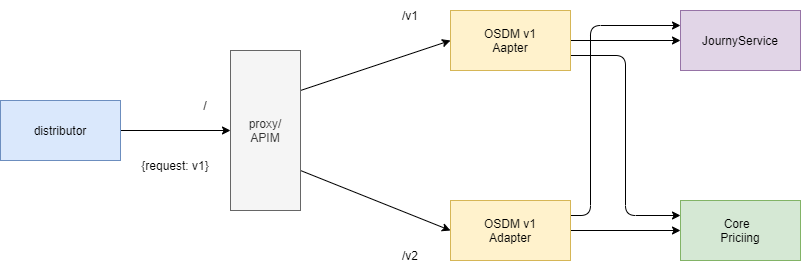
Before: images/deployment/deployment-best-practice.png, a diagram exported from draw.io (UnionInternationalCheminsdeFer/OSDM). Source tidied: cells renumbered, new cells last; positions are measured from the earlier drawing's top-left corner, leaving out a move shared by most shapes. The source it was exported from:
```xml
<mxGraphModel>
  <root>
    <mxCell id="0" />
    <mxCell id="1" parent="0" />
    <mxCell id="2" style="rounded=0;jettySize=auto;html=1;entryX=0;entryY=0.5;entryDx=0;entryDy=0;exitX=1;exitY=0.75;exitDx=0;exitDy=0;" parent="1" edge="1" source="4" target="7">
      <mxGeometry relative="1" as="geometry" />
    </mxCell>
    <mxCell id="3" style="rounded=0;jettySize=auto;html=1;entryX=0;entryY=0.5;entryDx=0;entryDy=0;exitX=1;exitY=0.25;exitDx=0;exitDy=0;" parent="1" edge="1" source="4" target="10">
      <mxGeometry relative="1" as="geometry" />
    </mxCell>
    <mxCell id="4" value="proxy/&lt;br&gt;APIM" style="rounded=0;whiteSpace=wrap;html=1;fillColor=#f5f5f5;fontColor=#333333;strokeColor=#666666;" parent="1" vertex="1">
      <mxGeometry x="230" y="50" width="70" height="160" as="geometry" />
    </mxCell>
    <mxCell id="5" style="edgeStyle=orthogonalEdgeStyle;rounded=1;jettySize=auto;html=1;entryX=0;entryY=0.5;entryDx=0;entryDy=0;" parent="1" edge="1" source="7" target="15">
      <mxGeometry relative="1" as="geometry" />
    </mxCell>
    <mxCell id="6" style="edgeStyle=orthogonalEdgeStyle;jettySize=auto;html=1;entryX=0;entryY=0.25;entryDx=0;entryDy=0;exitX=1;exitY=0.25;exitDx=0;exitDy=0;rounded=1;" parent="1" edge="1" source="7" target="18">
      <mxGeometry relative="1" as="geometry">
        <Array as="points">
          <mxPoint x="590" y="215" />
          <mxPoint x="590" y="25" />
        </Array>
      </mxGeometry>
    </mxCell>
    <mxCell id="7" value="OSDM v1&lt;br&gt;Adapter" style="rounded=0;whiteSpace=wrap;html=1;fillColor=#fff2cc;strokeColor=#d6b656;" parent="1" vertex="1">
      <mxGeometry x="450" y="200" width="120" height="60" as="geometry" />
    </mxCell>
    <mxCell id="8" style="edgeStyle=orthogonalEdgeStyle;jettySize=auto;html=1;entryX=0;entryY=0.25;entryDx=0;entryDy=0;exitX=1;exitY=0.75;exitDx=0;exitDy=0;" parent="1" edge="1" source="10" target="15">
      <mxGeometry relative="1" as="geometry" />
    </mxCell>
    <mxCell id="9" style="edgeStyle=none;rounded=0;jettySize=auto;html=1;" parent="1" edge="1" source="10" target="18">
      <mxGeometry relative="1" as="geometry" />
    </mxCell>
    <mxCell id="10" value="OSDM v1&lt;br&gt;Aapter" style="rounded=0;whiteSpace=wrap;html=1;fillColor=#fff2cc;strokeColor=#d6b656;" parent="1" vertex="1">
      <mxGeometry x="450" y="10" width="120" height="60" as="geometry" />
    </mxCell>
    <mxCell id="11" value="/v2" style="text;html=1;strokeColor=none;fillColor=none;align=center;verticalAlign=middle;whiteSpace=wrap;rounded=0;" parent="1" vertex="1">
      <mxGeometry x="380" y="240" width="60" height="30" as="geometry" />
    </mxCell>
    <mxCell id="12" value="/v1" style="text;html=1;strokeColor=none;fillColor=none;align=center;verticalAlign=middle;whiteSpace=wrap;rounded=0;" parent="1" vertex="1">
      <mxGeometry x="380" width="60" height="30" as="geometry" />
    </mxCell>
    <mxCell id="13" style="endArrow=classic;html=1;rounded=0;entryX=0;entryY=0.5;entryDx=0;entryDy=0;" parent="1" edge="1" target="4">
      <mxGeometry relative="1" as="geometry">
        <mxPoint x="120" y="130" as="sourcePoint" />
      </mxGeometry>
    </mxCell>
    <mxCell id="14" value="distributor" style="rounded=0;whiteSpace=wrap;html=1;fillColor=#dae8fc;strokeColor=#6c8ebf;" parent="1" vertex="1">
      <mxGeometry y="100" width="120" height="60" as="geometry" />
    </mxCell>
    <mxCell id="15" value="Core&amp;nbsp;&amp;nbsp;&lt;br&gt;Priciing" style="rounded=0;whiteSpace=wrap;html=1;fillColor=#d5e8d4;strokeColor=#82b366;" parent="1" vertex="1">
      <mxGeometry x="680" y="200" width="120" height="60" as="geometry" />
    </mxCell>
    <mxCell id="16" value="/" style="text;html=1;strokeColor=none;fillColor=none;align=center;verticalAlign=middle;whiteSpace=wrap;rounded=0;" parent="1" vertex="1">
      <mxGeometry x="190" y="90" width="30" height="30" as="geometry" />
    </mxCell>
    <mxCell id="17" value="{request: v1}" style="text;html=1;strokeColor=none;fillColor=none;align=center;verticalAlign=middle;whiteSpace=wrap;rounded=0;" parent="1" vertex="1">
      <mxGeometry x="130" y="150" width="90" height="30" as="geometry" />
    </mxCell>
    <mxCell id="18" value="JournyService" style="rounded=0;whiteSpace=wrap;html=1;fillColor=#e1d5e7;strokeColor=#9673a6;" parent="1" vertex="1">
      <mxGeometry x="680" y="10" width="120" height="60" as="geometry" />
    </mxCell>
  </root>
</mxGraphModel>
```
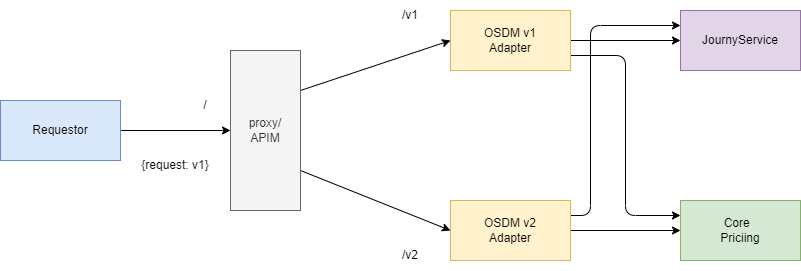
Later version of the same file.

Diff of the diagram source:
```diff
@@ -22,7 +22,7 @@
         </Array>
       </mxGeometry>
     </mxCell>
-    <mxCell id="7" value="OSDM v1&lt;br&gt;Adapter" style="rounded=0;whiteSpace=wrap;html=1;fillColor=#fff2cc;strokeColor=#d6b656;" parent="1" vertex="1">
+    <mxCell id="7" value="OSDM v2&lt;br&gt;Adapter" style="rounded=0;whiteSpace=wrap;html=1;fillColor=#fff2cc;strokeColor=#d6b656;" parent="1" vertex="1">
       <mxGeometry x="450" y="200" width="120" height="60" as="geometry" />
     </mxCell>
     <mxCell id="8" style="edgeStyle=orthogonalEdgeStyle;jettySize=auto;html=1;entryX=0;entryY=0.25;entryDx=0;entryDy=0;exitX=1;exitY=0.75;exitDx=0;exitDy=0;" parent="1" edge="1" source="10" target="15">
@@ -31,7 +31,7 @@
     <mxCell id="9" style="edgeStyle=none;rounded=0;jettySize=auto;html=1;" parent="1" edge="1" source="10" target="18">
       <mxGeometry relative="1" as="geometry" />
     </mxCell>
-    <mxCell id="10" value="OSDM v1&lt;br&gt;Aapter" style="rounded=0;whiteSpace=wrap;html=1;fillColor=#fff2cc;strokeColor=#d6b656;" parent="1" vertex="1">
+    <mxCell id="10" value="OSDM v1&lt;br&gt;Adapter" style="rounded=0;whiteSpace=wrap;html=1;fillColor=#fff2cc;strokeColor=#d6b656;" parent="1" vertex="1">
       <mxGeometry x="450" y="10" width="120" height="60" as="geometry" />
     </mxCell>
     <mxCell id="11" value="/v2" style="text;html=1;strokeColor=none;fillColor=none;align=center;verticalAlign=middle;whiteSpace=wrap;rounded=0;" parent="1" vertex="1">
@@ -45,7 +45,7 @@
         <mxPoint x="120" y="130" as="sourcePoint" />
       </mxGeometry>
     </mxCell>
-    <mxCell id="14" value="distributor" style="rounded=0;whiteSpace=wrap;html=1;fillColor=#dae8fc;strokeColor=#6c8ebf;" parent="1" vertex="1">
+    <mxCell id="14" value="Requestor" style="rounded=0;whiteSpace=wrap;html=1;fillColor=#dae8fc;strokeColor=#6c8ebf;" parent="1" vertex="1">
       <mxGeometry y="100" width="120" height="60" as="geometry" />
     </mxCell>
     <mxCell id="15" value="Core&amp;nbsp;&amp;nbsp;&lt;br&gt;Priciing" style="rounded=0;whiteSpace=wrap;html=1;fillColor=#d5e8d4;strokeColor=#82b366;" parent="1" vertex="1">
```
